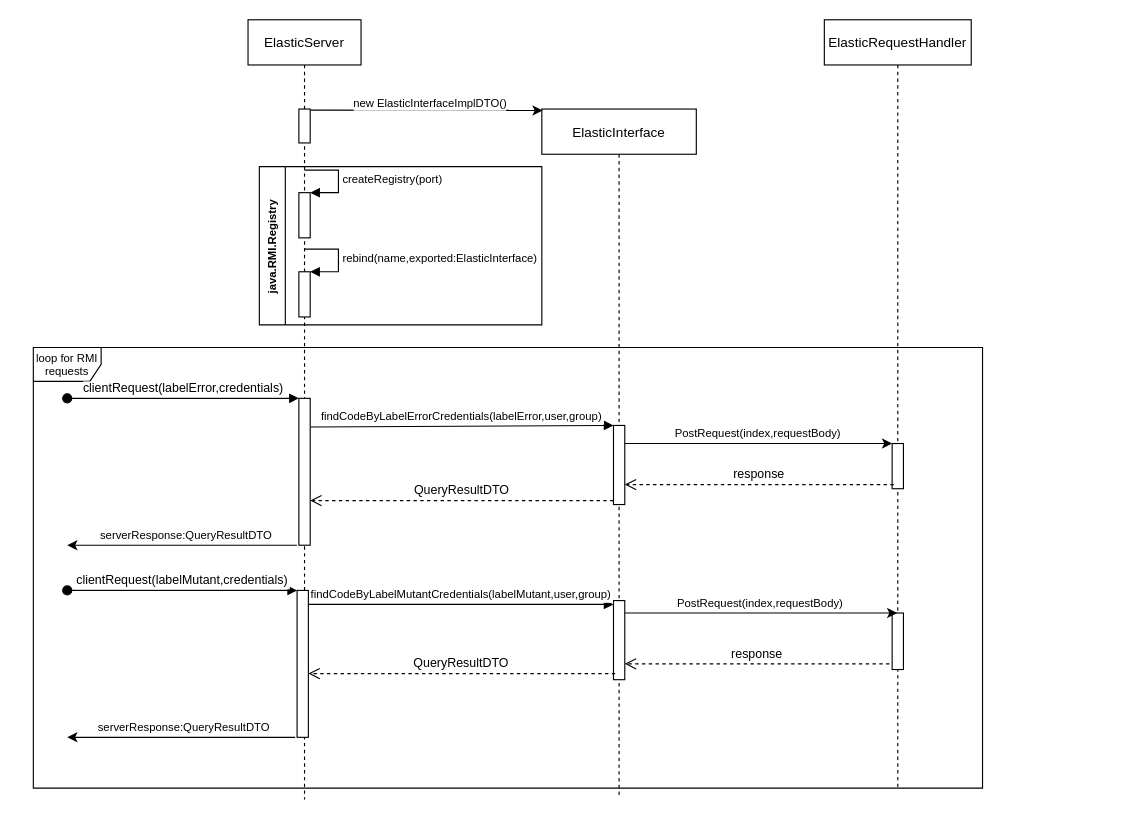
The draw.io diagram docs/sequenceElasticFacade.drawio in josura/Error-classification-ISD, before the edit. Source tidied: cells renumbered, new cells numbered last; positions are measured from the earlier drawing's top-left corner, leaving out a move shared by most shapes. Both pictures are drawn from the tidied source at 113%, with x=0, y=0 at pixel (33, 19).
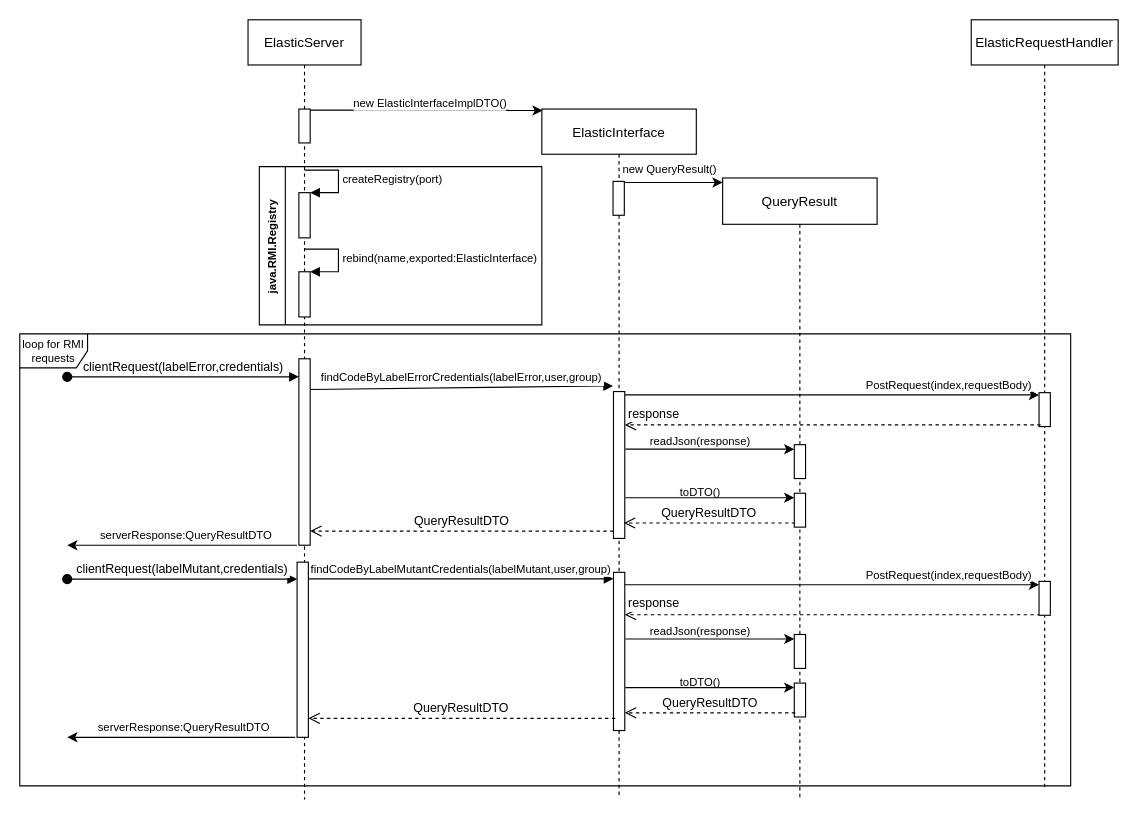
Above is the later version.

The change refers to these unchanged cells:
```xml
<mxCell id="3" value="ElasticServer" style="shape=umlLifeline;perimeter=lifelinePerimeter;rounded=0;shadow=0;strokeWidth=1;" parent="1" vertex="1">
  <mxGeometry x="190" width="100" height="690" as="geometry" />
</mxCell>
<mxCell id="15" value="ElasticInterface" style="shape=umlLifeline;perimeter=lifelinePerimeter;rounded=0;shadow=0;strokeWidth=1;" parent="1" vertex="1">
  <mxGeometry x="450" y="79" width="136.7" height="610" as="geometry" />
</mxCell>
```

What changed in the source:
```diff
@@
     <mxCell id="2" value="loop for RMI requests" style="shape=umlFrame;whiteSpace=wrap;html=1;fontSize=10;" parent="1" vertex="1">
-      <mxGeometry y="290" width="840" height="390" as="geometry" />
+      <mxGeometry x="-12" y="278" width="930" height="400" as="geometry" />
     </mxCell>
@@
     <mxCell id="4" style="points=[];perimeter=orthogonalPerimeter;rounded=0;shadow=0;strokeWidth=1;" parent="3" vertex="1">
-      <mxGeometry x="43.4" y="505" width="10" height="130" as="geometry" />
+      <mxGeometry x="43.4" y="480" width="10" height="155" as="geometry" />
     </mxCell>
     <mxCell id="5" value="clientRequest(labelMutant,credentials)" style="verticalAlign=bottom;startArrow=oval;endArrow=block;startSize=8;shadow=0;strokeWidth=1;" parent="3" edge="1">
       <mxGeometry relative="1" as="geometry">
-        <mxPoint x="-160" y="505" as="sourcePoint" />
-        <mxPoint x="43.4" y="505" as="targetPoint" />
+        <mxPoint x="-160" y="495" as="sourcePoint" />
+        <mxPoint x="43.4" y="495" as="targetPoint" />
       </mxGeometry>
     </mxCell>
     <mxCell id="6" style="points=[];perimeter=orthogonalPerimeter;rounded=0;shadow=0;strokeWidth=1;" parent="3" vertex="1">
-      <mxGeometry x="45" y="335" width="10" height="130" as="geometry" />
+      <mxGeometry x="45" y="300" width="10" height="165" as="geometry" />
     </mxCell>
-    <mxCell id="7" value="clientRequest(labelError,credentials)" style="verticalAlign=bottom;startArrow=oval;endArrow=block;startSize=8;shadow=0;strokeWidth=1;" parent="3" edge="1" target="6">
+    <mxCell id="7" value="clientRequest(labelError,credentials)" style="verticalAlign=bottom;startArrow=oval;endArrow=block;startSize=8;shadow=0;strokeWidth=1;" parent="3" edge="1">
       <mxGeometry relative="1" as="geometry">
-        <mxPoint x="-160" y="335" as="sourcePoint" />
+        <mxPoint x="-160" y="316" as="sourcePoint" />
+        <mxPoint x="45" y="316" as="targetPoint" />
       </mxGeometry>
     </mxCell>
@@
     <mxCell id="16" style="points=[];perimeter=orthogonalPerimeter;rounded=0;shadow=0;strokeWidth=1;" parent="15" vertex="1">
-      <mxGeometry x="63.4" y="435" width="10" height="70" as="geometry" />
+      <mxGeometry x="63.4" y="410" width="10" height="140" as="geometry" />
     </mxCell>
     <mxCell id="17" style="points=[];perimeter=orthogonalPerimeter;rounded=0;shadow=0;strokeWidth=1;" parent="15" vertex="1">
-      <mxGeometry x="63.4" y="280" width="10" height="70" as="geometry" />
+      <mxGeometry x="63.4" y="250" width="10" height="130" as="geometry" />
     </mxCell>
@@
-    <mxCell id="19" value="findCodeByLabelErrorCredentials(labelError,user,group)" style="verticalAlign=bottom;endArrow=block;entryX=0;entryY=0;shadow=0;strokeWidth=1;fontSize=10;exitX=1.021;exitY=0.195;exitDx=0;exitDy=0;exitPerimeter=0;" parent="1" edge="1" source="6" target="17">
-      <mxGeometry relative="1" as="geometry" />
+    <mxCell id="19" value="findCodeByLabelErrorCredentials(labelError,user,group)" style="verticalAlign=bottom;endArrow=block;shadow=0;strokeWidth=1;fontSize=10;exitX=1.021;exitY=0.195;exitDx=0;exitDy=0;exitPerimeter=0;" parent="1" edge="1">
+      <mxGeometry relative="1" as="geometry">
+        <mxPoint x="245.2" y="327.2" as="sourcePoint" />
+        <mxPoint x="513" y="324" as="targetPoint" />
+      </mxGeometry>
     </mxCell>
     <mxCell id="20" value="ElasticRequestHandler" style="shape=umlLifeline;perimeter=lifelinePerimeter;rounded=0;shadow=0;strokeWidth=1;" parent="1" vertex="1">
-      <mxGeometry x="700" width="130" height="680" as="geometry" />
+      <mxGeometry x="830" width="130" height="680" as="geometry" />
     </mxCell>
-    <mxCell id="21" style="points=[];perimeter=orthogonalPerimeter;rounded=0;shadow=0;strokeWidth=1;" parent="20" vertex="1">
-      <mxGeometry x="60" y="525" width="10" height="50" as="geometry" />
-    </mxCell>
     <mxCell id="22" style="points=[];perimeter=orthogonalPerimeter;rounded=0;shadow=0;strokeWidth=1;" parent="20" vertex="1">
-      <mxGeometry x="60" y="375" width="10" height="40" as="geometry" />
+      <mxGeometry x="60" y="330" width="10" height="30" as="geometry" />
     </mxCell>
-    <mxCell id="23" style="endArrow=classic;html=1;rounded=0;" parent="1" edge="1" source="17" target="22">
+    <mxCell id="23" style="endArrow=classic;html=1;rounded=0;" parent="1" edge="1">
       <mxGeometry relative="1" as="geometry">
+        <mxPoint x="523.4" y="332" as="sourcePoint" />
+        <mxPoint x="890" y="332" as="targetPoint" />
         <Array as="points">
-          <mxPoint x="625" y="375" />
+          <mxPoint x="625" y="332" />
         </Array>
       </mxGeometry>
     </mxCell>
     <mxCell id="24" value="PostRequest(index,requestBody)" style="edgeLabel;html=1;align=center;verticalAlign=middle;fontSize=10;" parent="23" vertex="1">
       <mxGeometry x="-0.01" y="1" relative="1" as="geometry">
-        <mxPoint y="-9" as="offset" />
+        <mxPoint x="105" y="-9" as="offset" />
       </mxGeometry>
     </mxCell>
@@
-    <mxCell id="27" style="endArrow=classic;html=1;rounded=0;" parent="1" edge="1" source="16" target="20">
-      <mxGeometry relative="1" as="geometry">
-        <Array as="points">
-          <mxPoint x="625" y="525" />
-        </Array>
-      </mxGeometry>
-    </mxCell>
-    <mxCell id="28" value="PostRequest(index,requestBody)" style="edgeLabel;html=1;align=center;verticalAlign=middle;fontSize=10;" parent="27" vertex="1">
-      <mxGeometry x="-0.01" y="1" relative="1" as="geometry">
-        <mxPoint y="-9" as="offset" />
-      </mxGeometry>
-    </mxCell>
-    <mxCell id="29" value="response" style="verticalAlign=bottom;endArrow=open;dashed=1;endSize=8;exitX=0.143;exitY=0.909;shadow=0;strokeWidth=1;exitDx=0;exitDy=0;exitPerimeter=0;" parent="1" edge="1" source="22" target="17">
-      <mxGeometry relative="1" as="geometry" />
+    <mxCell id="29" value="response" style="verticalAlign=bottom;endArrow=open;dashed=1;endSize=8;exitX=0.143;exitY=0.909;shadow=0;strokeWidth=1;exitDx=0;exitDy=0;exitPerimeter=0;" parent="1" edge="1">
+      <mxGeometry x="0.86" y="-1" relative="1" as="geometry">
+        <mxPoint x="891.4" y="358.5" as="sourcePoint" />
+        <mxPoint x="523.4" y="358.5" as="targetPoint" />
+      </mxGeometry>
     </mxCell>
-    <mxCell id="30" value="response" style="verticalAlign=bottom;endArrow=open;dashed=1;endSize=8;shadow=0;strokeWidth=1;exitX=-0.238;exitY=0.899;exitDx=0;exitDy=0;exitPerimeter=0;" parent="1" edge="1" source="21" target="16">
-      <mxGeometry relative="1" as="geometry" />
-    </mxCell>
@@
+    <mxCell id="36" value="QueryResult" style="shape=umlLifeline;perimeter=lifelinePerimeter;rounded=0;shadow=0;strokeWidth=1;size=41;" parent="1" vertex="1">
+      <mxGeometry x="610" y="140" width="136.7" height="549" as="geometry" />
+    </mxCell>
+    <mxCell id="37" style="points=[];perimeter=orthogonalPerimeter;rounded=0;shadow=0;strokeWidth=1;" parent="36" vertex="1">
+      <mxGeometry x="63.4" y="279" width="10" height="30" as="geometry" />
+    </mxCell>
+    <mxCell id="38" style="endArrow=classic;html=1;rounded=0;exitX=1.064;exitY=0.5;exitDx=0;exitDy=0;exitPerimeter=0;" parent="1" edge="1" target="37">
+      <mxGeometry relative="1" as="geometry">
+        <mxPoint x="524" y="423" as="sourcePoint" />
+      </mxGeometry>
+    </mxCell>
+    <mxCell id="39" value="toDTO()" style="text;html=1;align=center;verticalAlign=middle;strokeColor=none;fillColor=none;fontSize=10;" parent="1" vertex="1">
+      <mxGeometry x="565" y="408" width="50" height="20" as="geometry" />
+    </mxCell>
+    <mxCell id="40" value="QueryResultDTO" style="verticalAlign=bottom;endArrow=open;dashed=1;endSize=8;exitX=0.081;exitY=0.878;shadow=0;strokeWidth=1;exitDx=0;exitDy=0;exitPerimeter=0;entryX=0.914;entryY=0.895;entryDx=0;entryDy=0;entryPerimeter=0;" parent="1" edge="1" source="37" target="17">
+      <mxGeometry relative="1" as="geometry" />
+    </mxCell>
+    <mxCell id="41" style="points=[];perimeter=orthogonalPerimeter;rounded=0;shadow=0;strokeWidth=1;" parent="1" vertex="1">
+      <mxGeometry x="673.4" y="376" width="10" height="30" as="geometry" />
+    </mxCell>
+    <mxCell id="42" style="endArrow=classic;html=1;rounded=0;exitX=1.064;exitY=0.5;exitDx=0;exitDy=0;exitPerimeter=0;" parent="1" edge="1" target="41">
+      <mxGeometry relative="1" as="geometry">
+        <mxPoint x="524" y="380" as="sourcePoint" />
+      </mxGeometry>
+    </mxCell>
+    <mxCell id="43" value="readJson(response)" style="text;html=1;align=center;verticalAlign=middle;strokeColor=none;fillColor=none;fontSize=10;" parent="1" vertex="1">
+      <mxGeometry x="540" y="363" width="100" height="20" as="geometry" />
+    </mxCell>
+    <mxCell id="44" style="endArrow=classic;html=1;rounded=0;" parent="1" edge="1">
+      <mxGeometry relative="1" as="geometry">
+        <mxPoint x="523.4" y="500" as="sourcePoint" />
+        <mxPoint x="890" y="500" as="targetPoint" />
+        <Array as="points">
+          <mxPoint x="625" y="500" />
+        </Array>
+      </mxGeometry>
+    </mxCell>
+    <mxCell id="28" value="PostRequest(index,requestBody)" style="edgeLabel;html=1;align=center;verticalAlign=middle;fontSize=10;" parent="44" vertex="1">
+      <mxGeometry x="-0.01" y="1" relative="1" as="geometry">
+        <mxPoint x="105" y="-9" as="offset" />
+      </mxGeometry>
+    </mxCell>
+    <mxCell id="30" value="response" style="verticalAlign=bottom;endArrow=open;dashed=1;endSize=8;exitX=0.143;exitY=0.909;shadow=0;strokeWidth=1;exitDx=0;exitDy=0;exitPerimeter=0;" parent="1" edge="1">
+      <mxGeometry x="0.86" y="-1" relative="1" as="geometry">
+        <mxPoint x="891.4" y="526.5" as="sourcePoint" />
+        <mxPoint x="523.4" y="526.5" as="targetPoint" />
+      </mxGeometry>
+    </mxCell>
+    <mxCell id="45" style="points=[];perimeter=orthogonalPerimeter;rounded=0;shadow=0;strokeWidth=1;" parent="1" vertex="1">
+      <mxGeometry x="673.4" y="587" width="10" height="30" as="geometry" />
+    </mxCell>
+    <mxCell id="46" style="endArrow=classic;html=1;rounded=0;exitX=1.064;exitY=0.5;exitDx=0;exitDy=0;exitPerimeter=0;" parent="1" edge="1" target="45">
+      <mxGeometry relative="1" as="geometry">
+        <mxPoint x="524" y="591" as="sourcePoint" />
+      </mxGeometry>
+    </mxCell>
+    <mxCell id="47" value="toDTO()" style="text;html=1;align=center;verticalAlign=middle;strokeColor=none;fillColor=none;fontSize=10;" parent="1" vertex="1">
+      <mxGeometry x="565" y="576" width="50" height="20" as="geometry" />
+    </mxCell>
+    <mxCell id="48" value="QueryResultDTO" style="verticalAlign=bottom;endArrow=open;dashed=1;endSize=8;exitX=0.081;exitY=0.878;shadow=0;strokeWidth=1;exitDx=0;exitDy=0;exitPerimeter=0;" parent="1" edge="1" source="45" target="16">
+      <mxGeometry relative="1" as="geometry" />
+    </mxCell>
+    <mxCell id="49" style="points=[];perimeter=orthogonalPerimeter;rounded=0;shadow=0;strokeWidth=1;" parent="1" vertex="1">
+      <mxGeometry x="673.4" y="544" width="10" height="30" as="geometry" />
+    </mxCell>
+    <mxCell id="50" style="endArrow=classic;html=1;rounded=0;exitX=1.064;exitY=0.5;exitDx=0;exitDy=0;exitPerimeter=0;" parent="1" edge="1" target="49">
+      <mxGeometry relative="1" as="geometry">
+        <mxPoint x="524" y="548" as="sourcePoint" />
+      </mxGeometry>
+    </mxCell>
+    <mxCell id="51" value="readJson(response)" style="text;html=1;align=center;verticalAlign=middle;strokeColor=none;fillColor=none;fontSize=10;" parent="1" vertex="1">
+      <mxGeometry x="540" y="531" width="100" height="20" as="geometry" />
+    </mxCell>
+    <mxCell id="52" style="perimeter=orthogonalPerimeter;rounded=0;shadow=0;strokeWidth=1;" parent="1" vertex="1">
+      <mxGeometry x="890" y="497" width="10" height="30" as="geometry" />
+    </mxCell>
+    <mxCell id="53" style="points=[];perimeter=orthogonalPerimeter;rounded=0;shadow=0;strokeWidth=1;" parent="1" vertex="1">
+      <mxGeometry x="513" y="143" width="10" height="30" as="geometry" />
+    </mxCell>
+    <mxCell id="54" style="endArrow=classic;html=1;rounded=0;fontSize=10;exitX=1.021;exitY=0.033;exitDx=0;exitDy=0;exitPerimeter=0;" parent="1" edge="1" source="53">
+      <mxGeometry relative="1" as="geometry">
+        <mxPoint x="610" y="144" as="targetPoint" />
+      </mxGeometry>
+    </mxCell>
+    <mxCell id="55" value="new QueryResult()" style="edgeLabel;html=1;align=center;verticalAlign=middle;fontSize=10;" parent="54" vertex="1">
+      <mxGeometry x="-0.08" y="-1" relative="1" as="geometry">
+        <mxPoint x="-1" y="-13" as="offset" />
+      </mxGeometry>
+    </mxCell>
```
